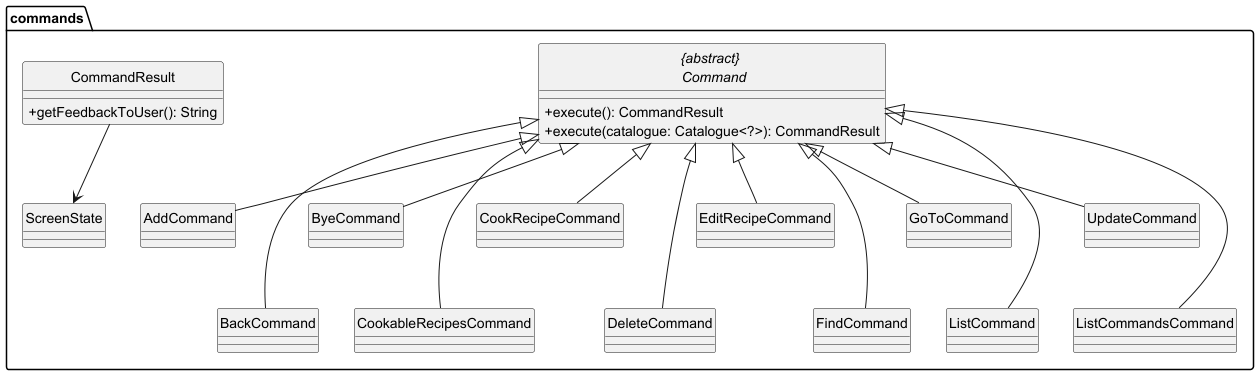
Earlier version of the PlantUML export docs/diagrams/logic.png (ChingWhee/tp).
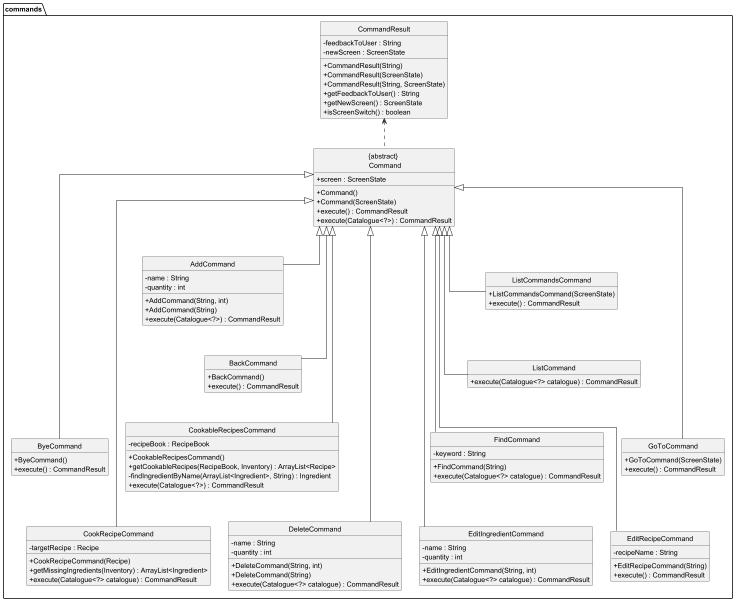
After the change.

The edit, as a diff of the source:
```diff
@@ -1,47 +1,116 @@
 @startuml
 hide circle
+hide empty members
 skinparam classAttributeIconSize 0
+skinparam linetype polyline
+skinparam linetype ortho
 
-package "commands" {
-    abstract class "{abstract} \n Command" {
-        + execute(): CommandResult
-        + execute(catalogue: Catalogue<?>): CommandResult
+package commands {
+    class "{abstract} \n Command" as Command {
+        + screen : ScreenState
+        + Command()
+        + Command(ScreenState)
+        + execute() : CommandResult
+        + execute(Catalogue<?>) : CommandResult
     }
 
-    class AddCommand
-    class BackCommand
-    class ByeCommand
-    class CookableRecipesCommand
-    class CookRecipeCommand
-    class DeleteCommand
-    class EditRecipeCommand
-    class FindCommand
-    class GoToCommand
-    class ListCommand
-    class UpdateCommand
-    class ListCommandsCommand
+    class AddCommand {
+        - name : String
+        - quantity : int
+        + AddCommand(String, int)
+        + AddCommand(String)
+        + execute(Catalogue<?>) : CommandResult
+    }
 
-    "{abstract} \n Command" <|-- AddCommand
-    "{abstract} \n Command" <|--- BackCommand
-    "{abstract} \n Command" <|-- ByeCommand
-    "{abstract} \n Command" <|--- CookableRecipesCommand
-    "{abstract} \n Command" <|-- CookRecipeCommand
-    "{abstract} \n Command" <|--- DeleteCommand
-    "{abstract} \n Command" <|-- EditRecipeCommand
-    "{abstract} \n Command" <|--- FindCommand
-    "{abstract} \n Command" <|-- GoToCommand
-    "{abstract} \n Command" <|--- ListCommand
-    "{abstract} \n Command" <|-- UpdateCommand
-    "{abstract} \n Command" <|--- ListCommandsCommand
+    class BackCommand {
+        + BackCommand()
+        + execute() : CommandResult
+    }
+
+    class ByeCommand {
+        + ByeCommand()
+        + execute() : CommandResult
+    }
 
     class CommandResult {
-        + getFeedbackToUser(): String
+        - feedbackToUser : String
+        - newScreen : ScreenState
+        + CommandResult(String)
+        + CommandResult(ScreenState)
+        + CommandResult(String, ScreenState)
+        + getFeedbackToUser() : String
+        + getNewScreen() : ScreenState
+        + isScreenSwitch() : boolean
     }
 
-    class ScreenState
-    CommandResult --> ScreenState
+    class CookableRecipesCommand {
+        - recipeBook : RecipeBook
+        + CookableRecipesCommand()
+        + getCookableRecipes(RecipeBook, Inventory) : ArrayList<Recipe>
+        - findIngredientByName(ArrayList<Ingredient>, String) : Ingredient
+        + execute(Catalogue<?>) : CommandResult
+    }
+
+    class CookRecipeCommand {
+        - targetRecipe : Recipe
+        + CookRecipeCommand(Recipe)
+        + getMissingIngredients(Inventory) : ArrayList<Ingredient>
+        + execute(Catalogue<?> catalogue) : CommandResult
+    }
+
+    class DeleteCommand {
+        - name : String
+        - quantity : int
+        + DeleteCommand(String, int)
+        + DeleteCommand(String)
+        + execute(Catalogue<?> catalogue) : CommandResult
+    }
+
+    class EditIngredientCommand {
+        - name : String
+        - quantity : int
+        + EditIngredientCommand(String, int)
+        + execute(Catalogue<?> catalogue) : CommandResult
+    }
+
+    class EditRecipeCommand {
+        - recipeName : String
+        + EditRecipeCommand(String)
+        + execute() : CommandResult
+    }
+
+    class FindCommand {
+        - keyword : String
+        + FindCommand(String)
+        + execute(Catalogue<?> catalogue) : CommandResult
+    }
+
+    class GoToCommand {
+        + GoToCommand(ScreenState)
+        + execute() : CommandResult
+    }
+
+    class ListCommand {
+        + execute(Catalogue<?> catalogue) : CommandResult
+    }
+
+    class ListCommandsCommand {
+        + ListCommandsCommand(ScreenState)
+        + execute() : CommandResult
+    }
 }
 
-
-
+Command <|-- AddCommand
+Command <|--- BackCommand
+Command <|---- ByeCommand
+Command <|---- CookableRecipesCommand
+Command <|----- CookRecipeCommand
+Command <|----- DeleteCommand
+Command <|----- EditIngredientCommand
+Command <|----- EditRecipeCommand
+Command <|---- FindCommand
+Command <|---- GoToCommand
+Command <|--- ListCommand
+Command <|-- ListCommandsCommand
+CommandResult <.. Command
 @enduml
```
